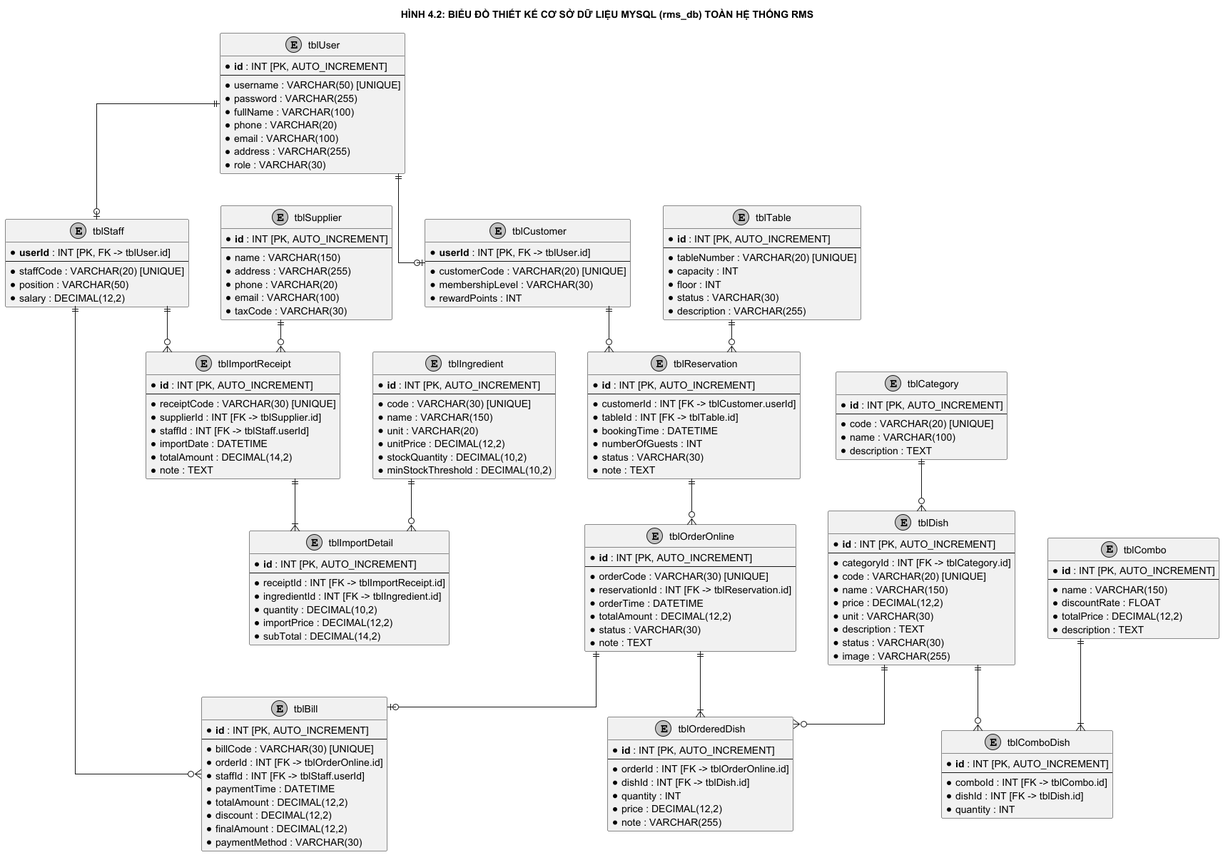
Before: docs/diagrams/Design_02_DatabaseDesign.png, a diagram exported from PlantUML (NEWBIE1005/RMS_RestaurantManagementSystem).
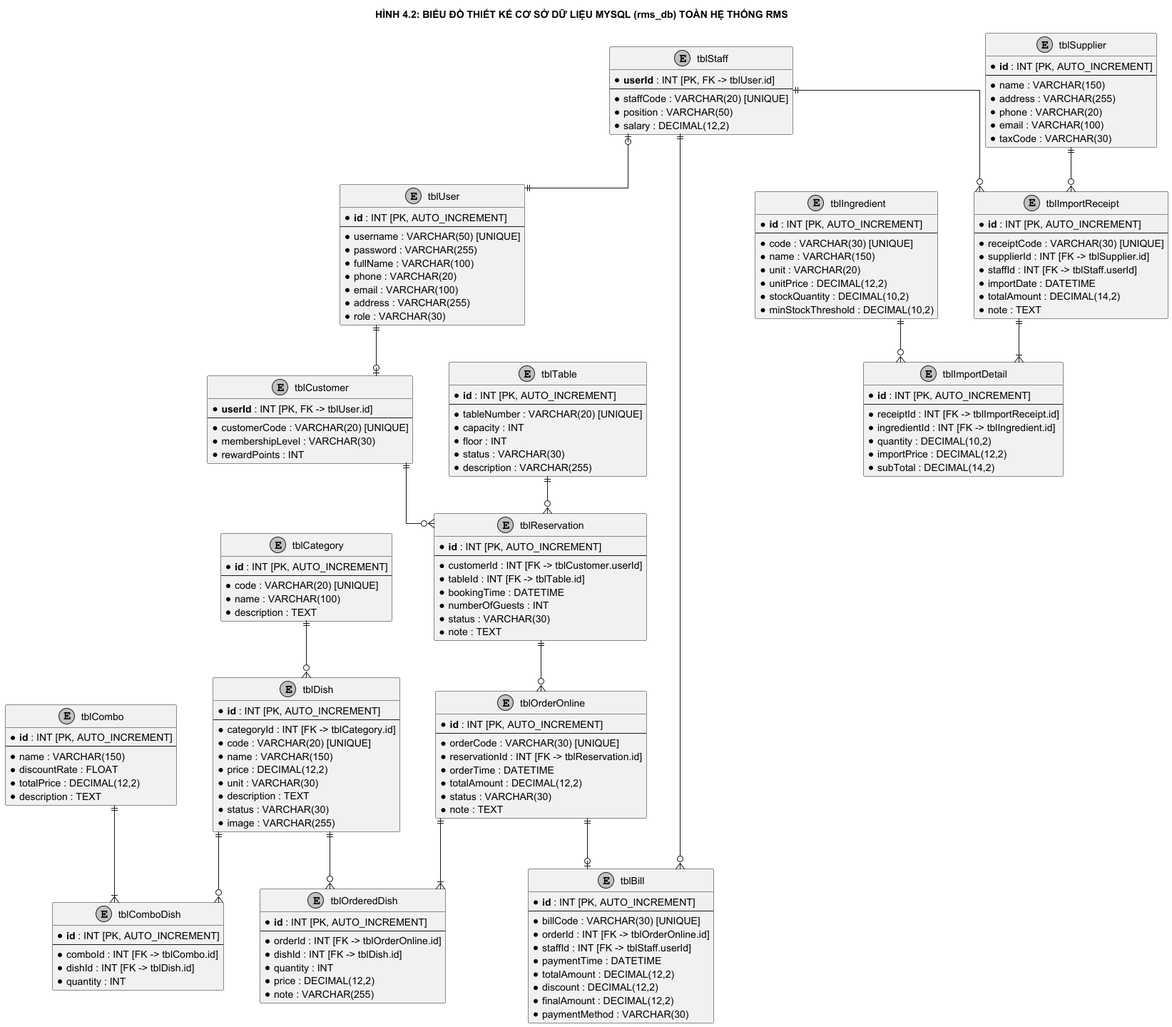
The same diagram one commit later.

The edit, as a diff of the source:
```diff
@@ -3,8 +3,8 @@
 skinparam monochrome true
 skinparam shadowing false
 skinparam roundCorner 4
-skinparam nodesep 45
-skinparam ranksep 45
+skinparam nodesep 50
+skinparam ranksep 52
 
 title HÌNH 4.2: BIỂU ĐỒ THIẾT KẾ CƠ SỞ DỮ LIỆU MYSQL (rms_db) TOÀN HỆ THỐNG RMS
 
@@ -171,24 +171,37 @@
     * subTotal : DECIMAL(14,2)
 }
 
-tblUser ||--o| tblStaff
+together {
+    entity tblUser
+    entity tblStaff
+    entity tblCustomer
+}
+
+together {
+    entity tblSupplier
+    entity tblImportReceipt
+    entity tblImportDetail
+    entity tblIngredient
+}
+
+tblStaff |o--|| tblUser
 tblUser ||--o| tblCustomer
-tblCategory ||--o{ tblDish
-tblCombo ||--|{ tblComboDish
-tblDish ||--o{ tblComboDish
-
-tblCustomer ||--o{ tblReservation
-tblTable ||--o{ tblReservation
-tblReservation ||--o{ tblOrderOnline
-tblOrderOnline ||--|{ tblOrderedDish
-tblDish ||--o{ tblOrderedDish
-
-tblOrderOnline ||--o| tblBill
-tblStaff ||--o{ tblBill
 
 tblSupplier ||--o{ tblImportReceipt
 tblStaff ||--o{ tblImportReceipt
 tblImportReceipt ||--|{ tblImportDetail
 tblIngredient ||--o{ tblImportDetail
 
+tblCustomer ||--o{ tblReservation
+tblTable ||--o{ tblReservation
+tblReservation ||--o{ tblOrderOnline
+tblOrderOnline ||--o| tblBill
+tblStaff ||--o{ tblBill
+
+tblOrderOnline ||--|{ tblOrderedDish
+tblDish ||--o{ tblOrderedDish
+tblCategory ||--o{ tblDish
+tblCombo ||--|{ tblComboDish
+tblDish ||--o{ tblComboDish
+
 @enduml
```
